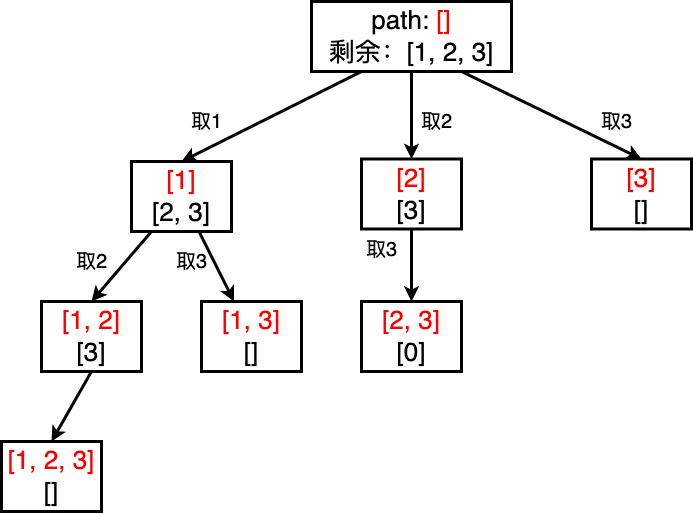
Earlier version of the draw.io export 算法题刷题/子集.drawio.png (superwjfeng/MarkdownWriting). Source tidied: cells renumbered, new cells last; positions are measured from the earlier drawing's top-left corner, leaving out a move shared by most shapes.
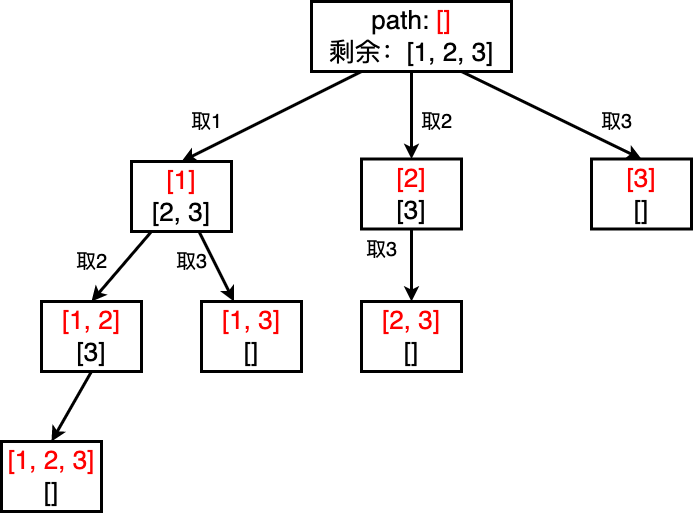
The same diagram one commit later.

Diff of the diagram source:
```diff
@@ -47,7 +47,7 @@
     <mxCell id="16" value="&lt;font style=&quot;font-size: 20px;&quot;&gt;取3&lt;/font&gt;" style="text;html=1;align=center;verticalAlign=middle;strokeColor=none;fillColor=none;" parent="1" vertex="1">
       <mxGeometry x="165" y="240" width="50" height="40" as="geometry" />
     </mxCell>
-    <mxCell id="17" value="&lt;span style=&quot;font-size: 26px;&quot;&gt;&lt;font color=&quot;#ff0000&quot;&gt;[2, 3]&lt;/font&gt;&lt;br&gt;[0]&lt;br&gt;&lt;/span&gt;" style="rounded=0;whiteSpace=wrap;html=1;strokeWidth=3;" parent="1" vertex="1">
+    <mxCell id="17" value="&lt;span style=&quot;font-size: 26px;&quot;&gt;&lt;font color=&quot;#ff0000&quot;&gt;[2, 3]&lt;/font&gt;&lt;br&gt;[]&lt;br&gt;&lt;/span&gt;" style="rounded=0;whiteSpace=wrap;html=1;strokeWidth=3;" parent="1" vertex="1">
       <mxGeometry x="360" y="300" width="100" height="70" as="geometry" />
     </mxCell>
     <mxCell id="18" value="&lt;font style=&quot;font-size: 20px;&quot;&gt;取3&lt;/font&gt;" style="text;html=1;align=center;verticalAlign=middle;strokeColor=none;fillColor=none;" parent="1" vertex="1">
```
